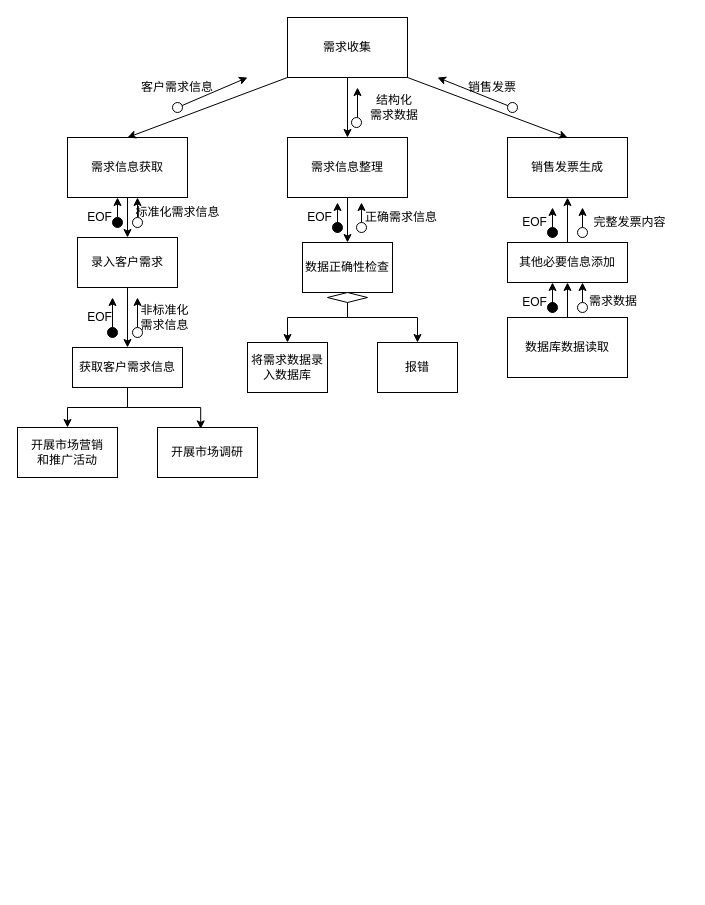
wzkMaster/hello-world keeps this draw.io diagram as SD.drawio. Above is the earlier version. Source tidied: cells renumbered, new cells numbered last; positions are measured from the earlier drawing's top-left corner, leaving out a move shared by most shapes. Both pictures are drawn from the tidied source at 100%, with x=0, y=0 at pixel (17, 17).
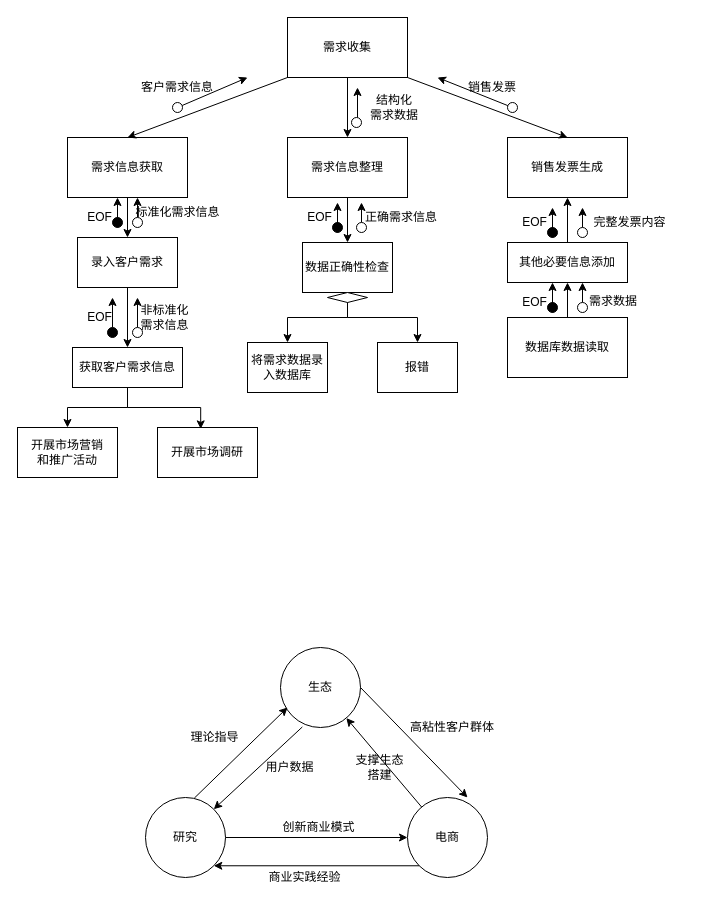
The same page after the edit.

Diff of the diagram source:
```diff
@@
+    <mxCell id="69" value="生态" style="ellipse;whiteSpace=wrap;html=1;" parent="1" vertex="1">
+      <mxGeometry x="263" y="630" width="80" height="80" as="geometry" />
+    </mxCell>
+    <mxCell id="70" value="研究" style="ellipse;whiteSpace=wrap;html=1;" parent="1" vertex="1">
+      <mxGeometry x="128" y="780" width="80" height="80" as="geometry" />
+    </mxCell>
+    <mxCell id="71" value="电商" style="ellipse;whiteSpace=wrap;html=1;" parent="1" vertex="1">
+      <mxGeometry x="390" y="780" width="80" height="80" as="geometry" />
+    </mxCell>
+    <mxCell id="72" style="endArrow=classic;html=1;entryX=0.088;entryY=0.75;entryDx=0;entryDy=0;entryPerimeter=0;exitX=0.61;exitY=0.008;exitDx=0;exitDy=0;exitPerimeter=0;" parent="1" edge="1" source="70" target="69">
+      <mxGeometry relative="1" as="geometry" />
+    </mxCell>
+    <mxCell id="73" style="endArrow=classic;html=1;exitX=0.273;exitY=0.993;exitDx=0;exitDy=0;exitPerimeter=0;entryX=1;entryY=0;entryDx=0;entryDy=0;" parent="1" edge="1" source="69" target="70">
+      <mxGeometry relative="1" as="geometry" />
+    </mxCell>
+    <mxCell id="74" style="endArrow=classic;html=1;" parent="1" edge="1" source="70" target="71">
+      <mxGeometry relative="1" as="geometry" />
+    </mxCell>
+    <mxCell id="75" style="endArrow=classic;html=1;exitX=0;exitY=1;exitDx=0;exitDy=0;entryX=1;entryY=1;entryDx=0;entryDy=0;" parent="1" edge="1" source="71" target="70">
+      <mxGeometry relative="1" as="geometry" />
+    </mxCell>
+    <mxCell id="76" value="理论指导" style="text;html=1;strokeColor=none;fillColor=none;align=center;verticalAlign=middle;whiteSpace=wrap;rounded=0;" parent="1" vertex="1">
+      <mxGeometry x="170" y="710" width="55" height="20" as="geometry" />
+    </mxCell>
+    <mxCell id="77" value="用户数据" style="text;html=1;strokeColor=none;fillColor=none;align=center;verticalAlign=middle;whiteSpace=wrap;rounded=0;" parent="1" vertex="1">
+      <mxGeometry x="245" y="740" width="55" height="20" as="geometry" />
+    </mxCell>
+    <mxCell id="78" value="商业实践经验" style="text;html=1;strokeColor=none;fillColor=none;align=center;verticalAlign=middle;whiteSpace=wrap;rounded=0;" parent="1" vertex="1">
+      <mxGeometry x="250" y="850" width="75" height="20" as="geometry" />
+    </mxCell>
+    <mxCell id="79" value="创新商业模式" style="text;html=1;strokeColor=none;fillColor=none;align=center;verticalAlign=middle;whiteSpace=wrap;rounded=0;" parent="1" vertex="1">
+      <mxGeometry x="263" y="800" width="77" height="20" as="geometry" />
+    </mxCell>
+    <mxCell id="80" style="endArrow=classic;html=1;" parent="1" edge="1" source="71" target="69">
+      <mxGeometry relative="1" as="geometry" />
+    </mxCell>
+    <mxCell id="81" style="endArrow=classic;html=1;exitX=1;exitY=0.5;exitDx=0;exitDy=0;entryX=0.75;entryY=0;entryDx=0;entryDy=0;entryPerimeter=0;" parent="1" edge="1" source="69" target="71">
+      <mxGeometry relative="1" as="geometry" />
+    </mxCell>
+    <mxCell id="82" value="高粘性客户群体" style="text;html=1;strokeColor=none;fillColor=none;align=center;verticalAlign=middle;whiteSpace=wrap;rounded=0;" parent="1" vertex="1">
+      <mxGeometry x="390" y="700" width="90" height="20" as="geometry" />
+    </mxCell>
+    <mxCell id="83" value="支撑生态搭建" style="text;html=1;strokeColor=none;fillColor=none;align=center;verticalAlign=middle;whiteSpace=wrap;rounded=0;" parent="1" vertex="1">
+      <mxGeometry x="335" y="740" width="55" height="20" as="geometry" />
+    </mxCell>
```
